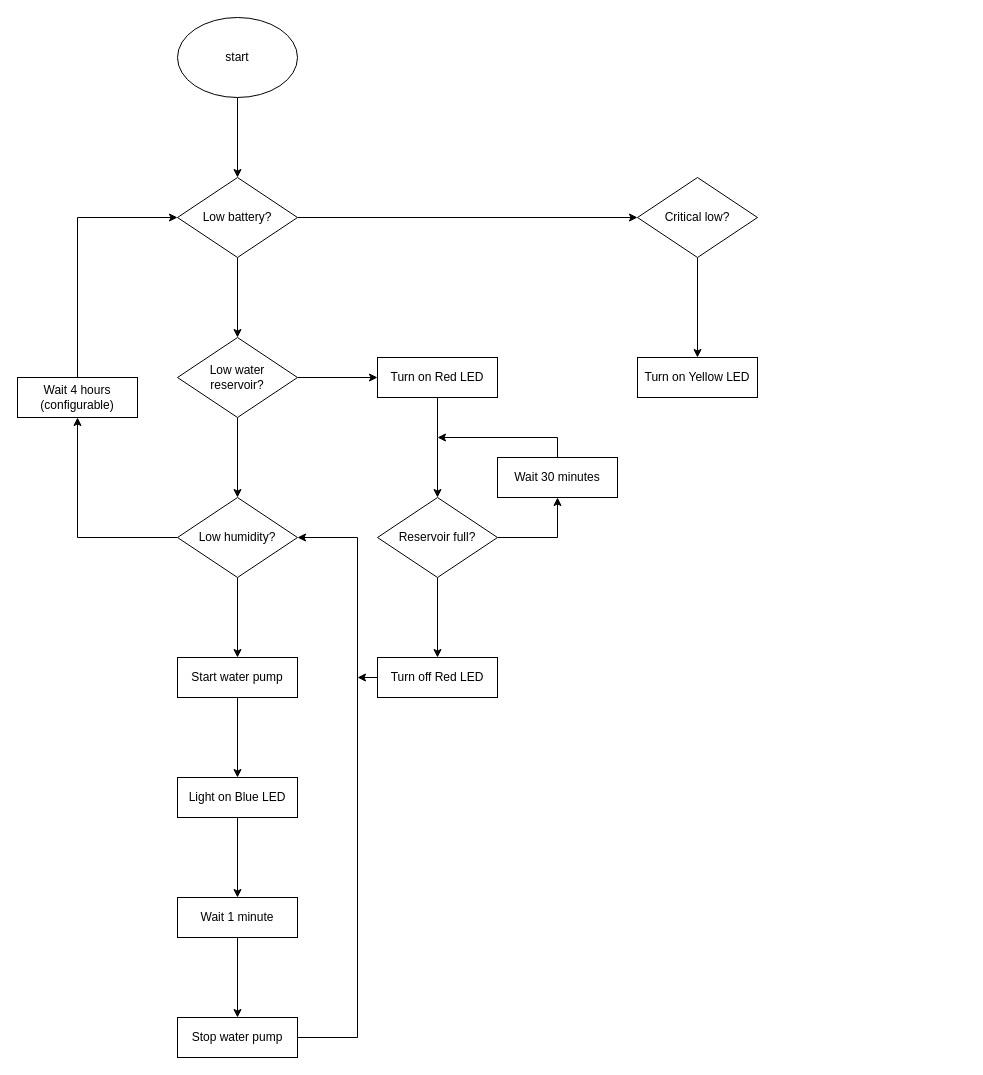
teaching-FEEC/ea075-2023.2 keeps this draw.io diagram as projetos/regador/flowchart/regador_flowchart.drawio. Above is the earlier version. Source tidied: cells renumbered, new cells numbered last; positions are measured from the earlier drawing's top-left corner, leaving out a move shared by most shapes. Both pictures are drawn from the tidied source at 100%, with x=0, y=0 at pixel (17, 17).
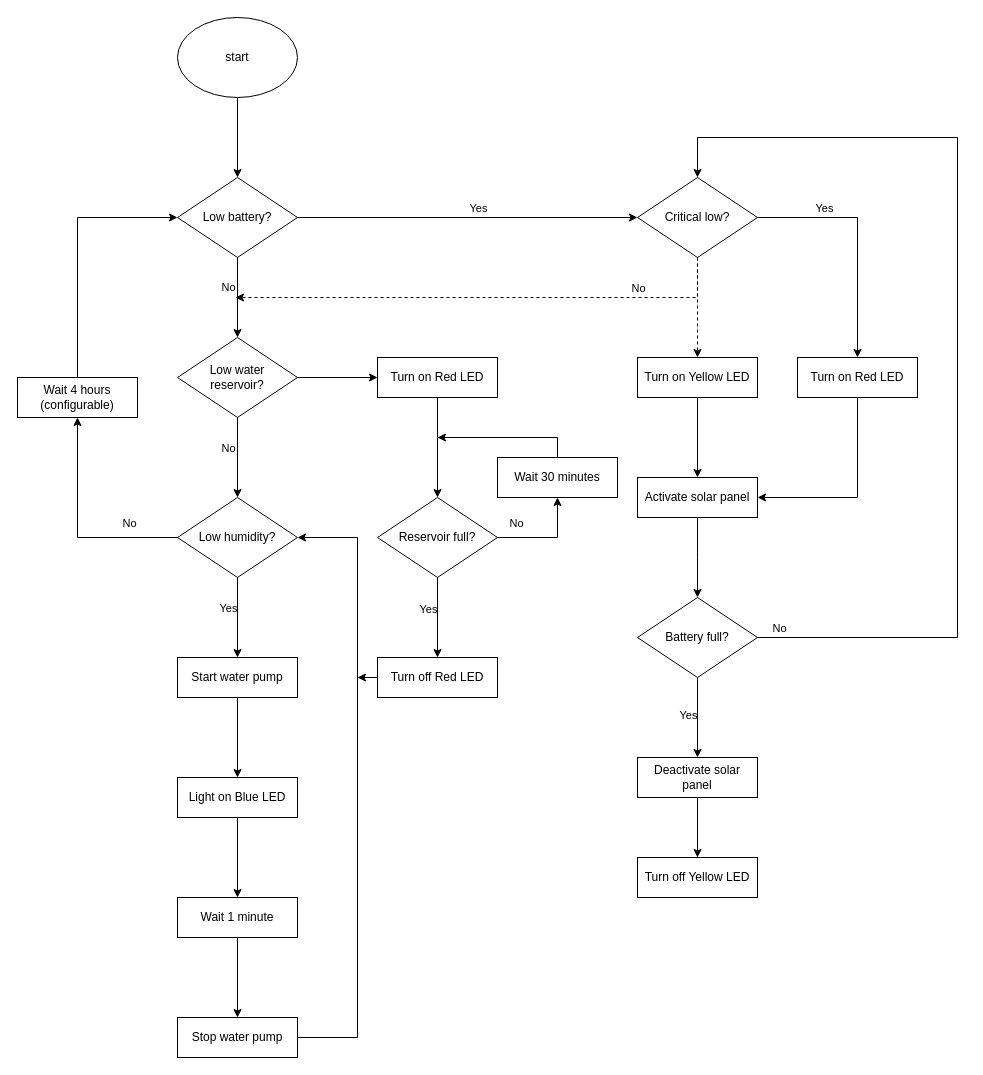
Above is the later version.

The change refers to these unchanged cells:
```xml
<mxCell id="4" style="edgeStyle=orthogonalEdgeStyle;rounded=0;jettySize=auto;html=1;" parent="1" edge="1" source="6" target="9">
  <mxGeometry relative="1" as="geometry" />
</mxCell>
<mxCell id="5" style="edgeStyle=orthogonalEdgeStyle;rounded=0;jettySize=auto;html=1;" parent="1" edge="1" source="6" target="24">
  <mxGeometry relative="1" as="geometry" />
</mxCell>
<mxCell id="7" style="edgeStyle=orthogonalEdgeStyle;rounded=0;jettySize=auto;html=1;" parent="1" edge="1" source="9" target="12">
  <mxGeometry relative="1" as="geometry" />
</mxCell>
<mxCell id="10" style="edgeStyle=orthogonalEdgeStyle;rounded=0;jettySize=auto;html=1;" parent="1" edge="1" source="12" target="14">
  <mxGeometry relative="1" as="geometry" />
</mxCell>
<mxCell id="11" style="edgeStyle=orthogonalEdgeStyle;rounded=0;jettySize=auto;html=1;entryX=0.5;entryY=1;entryDx=0;entryDy=0;" parent="1" edge="1" source="12" target="22">
  <mxGeometry relative="1" as="geometry" />
</mxCell>
<mxCell id="24" value="Critical low?" style="rhombus;whiteSpace=wrap;html=1;" parent="1" vertex="1">
  <mxGeometry x="620" y="160" width="120" height="80" as="geometry" />
</mxCell>
<mxCell id="27" style="edgeStyle=orthogonalEdgeStyle;rounded=0;jettySize=auto;html=1;entryX=0.5;entryY=1;entryDx=0;entryDy=0;" parent="1" edge="1" source="29" target="31">
  <mxGeometry relative="1" as="geometry">
    <Array as="points">
      <mxPoint x="540" y="520" />
    </Array>
  </mxGeometry>
</mxCell>
<mxCell id="28" style="edgeStyle=orthogonalEdgeStyle;rounded=0;jettySize=auto;html=1;" parent="1" edge="1" source="29" target="33">
  <mxGeometry relative="1" as="geometry" />
</mxCell>
<mxCell id="33" value="Turn off Red LED" style="whiteSpace=wrap;html=1;" parent="1" vertex="1">
  <mxGeometry x="360" y="640" width="120" height="40" as="geometry" />
</mxCell>
<mxCell id="34" value="Turn on Yellow LED" style="whiteSpace=wrap;html=1;" parent="1" vertex="1">
  <mxGeometry x="620" y="340" width="120" height="40" as="geometry" />
</mxCell>
```

Diff of the diagram source:
```diff
@@
+    <mxCell id="35" value="No" style="edgeLabel;html=1;align=center;verticalAlign=middle;" parent="4" vertex="1">
+      <mxGeometry x="-0.28" y="-2" relative="1" as="geometry">
+        <mxPoint x="-8" as="offset" />
+      </mxGeometry>
+    </mxCell>
@@
+    <mxCell id="36" value="Yes" style="edgeLabel;html=1;align=center;verticalAlign=middle;" parent="5" vertex="1">
+      <mxGeometry x="-0.27" y="2" relative="1" as="geometry">
+        <mxPoint x="56" y="-8" as="offset" />
+      </mxGeometry>
+    </mxCell>
@@
+    <mxCell id="37" value="No" style="edgeLabel;html=1;align=center;verticalAlign=middle;" parent="7" vertex="1">
+      <mxGeometry x="-0.04" relative="1" as="geometry">
+        <mxPoint x="-10" y="-8" as="offset" />
+      </mxGeometry>
+    </mxCell>
@@
+    <mxCell id="38" value="Yes&lt;br&gt;" style="edgeLabel;html=1;align=center;verticalAlign=middle;" parent="10" vertex="1">
+      <mxGeometry x="-0.25" y="2" relative="1" as="geometry">
+        <mxPoint x="-12" as="offset" />
+      </mxGeometry>
+    </mxCell>
@@
+    <mxCell id="39" value="No" style="edgeLabel;html=1;align=center;verticalAlign=middle;" parent="11" vertex="1">
+      <mxGeometry x="-0.53" relative="1" as="geometry">
+        <mxPoint x="3" y="-15" as="offset" />
+      </mxGeometry>
+    </mxCell>
@@
-    <mxCell id="23" style="edgeStyle=orthogonalEdgeStyle;rounded=0;jettySize=auto;html=1;" parent="1" edge="1" source="24" target="34">
+    <mxCell id="23" style="edgeStyle=orthogonalEdgeStyle;rounded=0;jettySize=auto;html=1;dashed=1;" parent="1" edge="1" source="24" target="34">
       <mxGeometry relative="1" as="geometry" />
     </mxCell>
+    <mxCell id="40" style="edgeStyle=orthogonalEdgeStyle;rounded=0;jettySize=auto;html=1;dashed=1;" parent="1" edge="1" source="24">
+      <mxGeometry relative="1" as="geometry">
+        <mxPoint x="218" y="280" as="targetPoint" />
+        <Array as="points">
+          <mxPoint x="680" y="280" />
+        </Array>
+      </mxGeometry>
+    </mxCell>
+    <mxCell id="41" value="No&lt;br&gt;" style="edgeLabel;html=1;align=center;verticalAlign=middle;" parent="40" vertex="1">
+      <mxGeometry x="-0.93" y="5" relative="1" as="geometry">
+        <mxPoint x="-65" y="12" as="offset" />
+      </mxGeometry>
+    </mxCell>
+    <mxCell id="42" style="edgeStyle=orthogonalEdgeStyle;rounded=0;jettySize=auto;html=1;entryX=0.5;entryY=0;entryDx=0;entryDy=0;" parent="1" edge="1" source="24" target="59">
+      <mxGeometry relative="1" as="geometry">
+        <Array as="points">
+          <mxPoint x="840" y="200" />
+        </Array>
+      </mxGeometry>
+    </mxCell>
+    <mxCell id="43" value="Yes" style="edgeLabel;html=1;align=center;verticalAlign=middle;" parent="42" vertex="1">
+      <mxGeometry x="-0.45" y="-1" relative="1" as="geometry">
+        <mxPoint y="-11" as="offset" />
+      </mxGeometry>
+    </mxCell>
@@
+    <mxCell id="44" value="No" style="edgeLabel;html=1;align=center;verticalAlign=middle;" parent="27" vertex="1">
+      <mxGeometry x="-0.65" y="3" relative="1" as="geometry">
+        <mxPoint y="-12" as="offset" />
+      </mxGeometry>
+    </mxCell>
@@
+    <mxCell id="45" value="Yes" style="edgeLabel;html=1;align=center;verticalAlign=middle;" parent="28" vertex="1">
+      <mxGeometry x="-0.38" relative="1" as="geometry">
+        <mxPoint x="-10" y="6" as="offset" />
+      </mxGeometry>
+    </mxCell>
@@
-    <mxCell id="32" style="edgeStyle=orthogonalEdgeStyle;rounded=0;jettySize=auto;html=1;" parent="1" edge="1" source="33">
-      <mxGeometry relative="1" as="geometry">
-        <mxPoint x="340" y="660" as="targetPoint" />
-      </mxGeometry>
-    </mxCell>
+    <mxCell id="46" style="edgeStyle=orthogonalEdgeStyle;rounded=0;jettySize=auto;html=1;" parent="1" edge="1" source="33">
+      <mxGeometry relative="1" as="geometry">
+        <mxPoint x="340" y="660" as="targetPoint" />
+      </mxGeometry>
+    </mxCell>
@@
+    <mxCell id="47" style="edgeStyle=orthogonalEdgeStyle;rounded=0;jettySize=auto;html=1;" parent="1" edge="1" source="34" target="49">
+      <mxGeometry relative="1" as="geometry" />
+    </mxCell>
@@
+    <mxCell id="48" style="edgeStyle=orthogonalEdgeStyle;rounded=0;jettySize=auto;html=1;" parent="1" edge="1" source="49">
+      <mxGeometry relative="1" as="geometry">
+        <mxPoint x="680" y="580" as="targetPoint" />
+      </mxGeometry>
+    </mxCell>
+    <mxCell id="49" value="Activate solar panel" style="whiteSpace=wrap;html=1;" parent="1" vertex="1">
+      <mxGeometry x="620" y="460" width="120" height="40" as="geometry" />
+    </mxCell>
+    <mxCell id="50" style="edgeStyle=orthogonalEdgeStyle;rounded=0;jettySize=auto;html=1;" parent="1" edge="1" source="54" target="56">
+      <mxGeometry relative="1" as="geometry" />
+    </mxCell>
+    <mxCell id="51" value="Yes" style="edgeLabel;html=1;align=center;verticalAlign=middle;" parent="50" vertex="1">
+      <mxGeometry x="-0.31" y="2" relative="1" as="geometry">
+        <mxPoint x="-12" y="9" as="offset" />
+      </mxGeometry>
+    </mxCell>
+    <mxCell id="52" style="edgeStyle=orthogonalEdgeStyle;rounded=0;jettySize=auto;html=1;entryX=0.5;entryY=0;entryDx=0;entryDy=0;" parent="1" edge="1" source="54" target="24">
+      <mxGeometry relative="1" as="geometry">
+        <Array as="points">
+          <mxPoint x="940" y="620" />
+          <mxPoint x="940" y="120" />
+          <mxPoint x="680" y="120" />
+        </Array>
+      </mxGeometry>
+    </mxCell>
+    <mxCell id="53" value="No" style="edgeLabel;html=1;align=center;verticalAlign=middle;" parent="52" vertex="1">
+      <mxGeometry x="-0.8" y="4" relative="1" as="geometry">
+        <mxPoint x="-79" y="-6" as="offset" />
+      </mxGeometry>
+    </mxCell>
+    <mxCell id="54" value="Battery full?" style="rhombus;whiteSpace=wrap;html=1;" parent="1" vertex="1">
+      <mxGeometry x="620" y="580" width="120" height="80" as="geometry" />
+    </mxCell>
+    <mxCell id="55" style="edgeStyle=orthogonalEdgeStyle;rounded=0;jettySize=auto;html=1;" parent="1" edge="1" source="56" target="57">
+      <mxGeometry relative="1" as="geometry" />
+    </mxCell>
+    <mxCell id="56" value="Deactivate solar panel" style="whiteSpace=wrap;html=1;" parent="1" vertex="1">
+      <mxGeometry x="620" y="740" width="120" height="40" as="geometry" />
+    </mxCell>
+    <mxCell id="57" value="Turn off Yellow LED" style="whiteSpace=wrap;html=1;" parent="1" vertex="1">
+      <mxGeometry x="620" y="840" width="120" height="40" as="geometry" />
+    </mxCell>
+    <mxCell id="58" style="edgeStyle=orthogonalEdgeStyle;rounded=0;jettySize=auto;html=1;entryX=1;entryY=0.5;entryDx=0;entryDy=0;" parent="1" edge="1" source="59" target="49">
+      <mxGeometry relative="1" as="geometry">
+        <Array as="points">
+          <mxPoint x="840" y="480" />
+        </Array>
+      </mxGeometry>
+    </mxCell>
+    <mxCell id="59" value="Turn on Red LED" style="whiteSpace=wrap;html=1;" parent="1" vertex="1">
+      <mxGeometry x="780" y="340" width="120" height="40" as="geometry" />
+    </mxCell>
```
